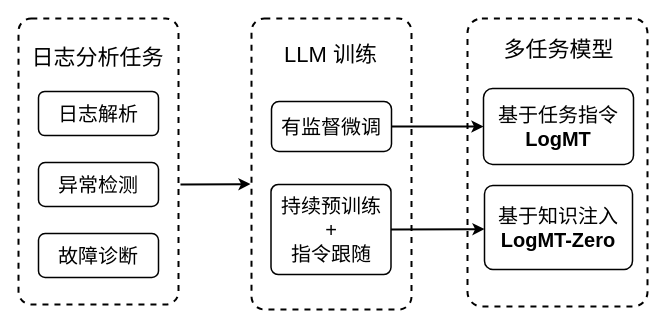
The draw.io diagram Figures/fig2.drawio in J-York/GraduationThesis, before the edit. Source tidied: cells renumbered, new cells numbered last; positions are measured from the earlier drawing's top-left corner, leaving out a move shared by most shapes. Both pictures are drawn from the tidied source at 100%, with x=0, y=0 at pixel (17, 18).
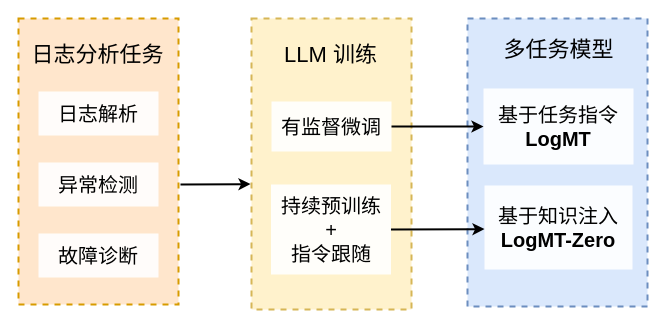
The same diagram, later.

Diff of the diagram source:
```diff
@@
 <mxGraphModel>
   <root>
     <mxCell id="0" />
     <mxCell id="1" parent="0" />
-    <mxCell id="2" style="rounded=1;whiteSpace=wrap;html=1;strokeWidth=2;shadow=0;arcSize=8;fontFamily=Helvetica;labelBorderColor=none;textShadow=0;dashed=1;" parent="1" vertex="1">
+    <mxCell id="2" style="rounded=0;whiteSpace=wrap;html=1;strokeWidth=2;shadow=0;arcSize=8;fontFamily=Helvetica;labelBorderColor=none;textShadow=0;dashed=1;fillColor=#ffe6cc;strokeColor=#d79b00;" parent="1" vertex="1">
       <mxGeometry x="1" width="160" height="286" as="geometry" />
     </mxCell>
     <mxCell id="3" value="&lt;font style=&quot;font-size: 22px;&quot;&gt;日志分析任务&lt;/font&gt;" style="text;html=1;align=center;verticalAlign=middle;whiteSpace=wrap;rounded=0;shadow=0;strokeWidth=2;fontFamily=Helvetica;labelBorderColor=none;textShadow=0;" parent="1" vertex="1">
-      <mxGeometry y="25" width="161" height="30" as="geometry" />
+      <mxGeometry y="22" width="161" height="30" as="geometry" />
     </mxCell>
-    <mxCell id="4" value="&lt;font style=&quot;font-size: 20px;&quot;&gt;&lt;font style=&quot;&quot;&gt;日志解&lt;/font&gt;&lt;font style=&quot;&quot;&gt;析&lt;/font&gt;&lt;/font&gt;" style="rounded=1;whiteSpace=wrap;html=1;strokeWidth=1.5;shadow=0;fontFamily=Helvetica;labelBorderColor=none;textShadow=0;arcSize=14;" parent="1" vertex="1">
+    <mxCell id="4" value="&lt;font style=&quot;font-size: 20px;&quot;&gt;&lt;font style=&quot;&quot;&gt;日志解&lt;/font&gt;&lt;font style=&quot;&quot;&gt;析&lt;/font&gt;&lt;/font&gt;" style="rounded=0;whiteSpace=wrap;html=1;strokeWidth=1.5;shadow=0;fontFamily=Helvetica;labelBorderColor=none;textShadow=0;arcSize=14;strokeColor=none;opacity=90;" parent="1" vertex="1">
       <mxGeometry x="21" y="73" width="120" height="44" as="geometry" />
     </mxCell>
-    <mxCell id="5" value="&lt;font style=&quot;font-size: 20px;&quot;&gt;异常检测&lt;/font&gt;" style="rounded=1;whiteSpace=wrap;html=1;strokeWidth=1.5;shadow=0;fontFamily=Helvetica;labelBorderColor=none;textShadow=0;" parent="1" vertex="1">
+    <mxCell id="5" value="&lt;font style=&quot;font-size: 20px;&quot;&gt;异常检测&lt;/font&gt;" style="rounded=0;whiteSpace=wrap;html=1;strokeWidth=1.5;shadow=0;fontFamily=Helvetica;labelBorderColor=none;textShadow=0;fillColor=default;fillStyle=auto;strokeColor=none;opacity=90;" parent="1" vertex="1">
       <mxGeometry x="21" y="144" width="120" height="44" as="geometry" />
     </mxCell>
-    <mxCell id="6" value="&lt;font style=&quot;font-size: 20px;&quot;&gt;故障诊断&lt;/font&gt;" style="rounded=1;whiteSpace=wrap;html=1;strokeWidth=1.5;shadow=0;fontFamily=Helvetica;labelBorderColor=none;textShadow=0;" parent="1" vertex="1">
+    <mxCell id="6" value="&lt;font style=&quot;font-size: 20px;&quot;&gt;故障诊断&lt;/font&gt;" style="rounded=0;whiteSpace=wrap;html=1;strokeWidth=1.5;shadow=0;fontFamily=Helvetica;labelBorderColor=none;textShadow=0;opacity=90;strokeColor=none;" parent="1" vertex="1">
       <mxGeometry x="21" y="215" width="120" height="44" as="geometry" />
     </mxCell>
-    <mxCell id="7" style="rounded=1;whiteSpace=wrap;html=1;strokeWidth=2;shadow=0;arcSize=8;fontFamily=Helvetica;labelBorderColor=none;textShadow=0;dashed=1;" parent="1" vertex="1">
+    <mxCell id="7" style="rounded=0;whiteSpace=wrap;html=1;strokeWidth=2;shadow=0;arcSize=8;fontFamily=Helvetica;labelBorderColor=none;textShadow=0;dashed=1;fillColor=#fff2cc;strokeColor=#d6b656;" parent="1" vertex="1">
       <mxGeometry x="234" width="160" height="291" as="geometry" />
     </mxCell>
     <mxCell id="8" value="&lt;font style=&quot;font-size: 22px;&quot;&gt;LLM 训练&lt;/font&gt;" style="text;html=1;align=center;verticalAlign=middle;whiteSpace=wrap;rounded=0;shadow=0;strokeWidth=2;fontFamily=Helvetica;labelBorderColor=none;textShadow=0;" parent="1" vertex="1">
       <mxGeometry x="233" y="22" width="161" height="30" as="geometry" />
     </mxCell>
-    <mxCell id="9" style="rounded=1;whiteSpace=wrap;html=1;strokeWidth=2;shadow=0;arcSize=8;fontFamily=Helvetica;labelBorderColor=none;textShadow=0;glass=0;gradientColor=none;dashed=1;" parent="1" vertex="1">
+    <mxCell id="9" style="rounded=0;whiteSpace=wrap;html=1;strokeWidth=2;shadow=0;arcSize=8;fontFamily=Helvetica;labelBorderColor=none;textShadow=0;glass=0;dashed=1;fillColor=#dae8fc;strokeColor=#6c8ebf;" parent="1" vertex="1">
       <mxGeometry x="450" width="180" height="288" as="geometry" />
     </mxCell>
     <mxCell id="10" value="&lt;font style=&quot;font-size: 22px;&quot;&gt;多任务模型&lt;/font&gt;" style="text;html=1;align=center;verticalAlign=middle;whiteSpace=wrap;rounded=0;shadow=0;strokeWidth=2;fontFamily=Helvetica;labelBorderColor=none;textShadow=0;" parent="1" vertex="1">
       <mxGeometry x="460.5" y="17" width="161" height="30" as="geometry" />
     </mxCell>
-    <mxCell id="11" value="&lt;div&gt;&lt;span style=&quot;font-size: 20px;&quot;&gt;基于任务指令&lt;/span&gt;&lt;/div&gt;&lt;div&gt;&lt;b style=&quot;&quot;&gt;&lt;font style=&quot;font-size: 20px;&quot;&gt;LogMT&lt;/font&gt;&lt;/b&gt;&lt;/div&gt;" style="rounded=1;whiteSpace=wrap;html=1;strokeWidth=1.5;shadow=0;fontFamily=Helvetica;labelBorderColor=none;textShadow=0;arcSize=12;" parent="1" vertex="1">
+    <mxCell id="11" value="&lt;div&gt;&lt;span style=&quot;font-size: 20px;&quot;&gt;基于任务指令&lt;/span&gt;&lt;/div&gt;&lt;div&gt;&lt;b style=&quot;&quot;&gt;&lt;font style=&quot;font-size: 20px;&quot;&gt;LogMT&lt;/font&gt;&lt;/b&gt;&lt;/div&gt;" style="rounded=0;whiteSpace=wrap;html=1;strokeWidth=1.5;shadow=0;fontFamily=Helvetica;labelBorderColor=none;textShadow=0;arcSize=12;strokeColor=none;gradientColor=none;opacity=90;fillColor=default;" parent="1" vertex="1">
       <mxGeometry x="466" y="70" width="150" height="76" as="geometry" />
     </mxCell>
-    <mxCell id="12" value="&lt;div&gt;&lt;font style=&quot;font-size: 20px;&quot;&gt;基于知识注入&lt;br&gt;&lt;/font&gt;&lt;div&gt;&lt;div&gt;&lt;b style=&quot;&quot;&gt;&lt;font style=&quot;font-size: 20px;&quot;&gt;LogMT-Zero&lt;/font&gt;&lt;/b&gt;&lt;/div&gt;&lt;/div&gt;&lt;/div&gt;" style="rounded=1;whiteSpace=wrap;html=1;strokeWidth=1.5;shadow=0;fontFamily=Helvetica;labelBorderColor=none;textShadow=0;arcSize=10;" parent="1" vertex="1">
+    <mxCell id="12" value="&lt;div&gt;&lt;font style=&quot;font-size: 20px;&quot;&gt;基于知识注入&lt;br&gt;&lt;/font&gt;&lt;div&gt;&lt;div&gt;&lt;b style=&quot;&quot;&gt;&lt;font style=&quot;font-size: 20px;&quot;&gt;LogMT-Zero&lt;/font&gt;&lt;/b&gt;&lt;/div&gt;&lt;/div&gt;&lt;/div&gt;" style="rounded=0;whiteSpace=wrap;html=1;strokeWidth=1.5;shadow=0;fontFamily=Helvetica;labelBorderColor=none;textShadow=0;arcSize=10;strokeColor=none;fillColor=default;opacity=90;glass=0;" parent="1" vertex="1">
       <mxGeometry x="467" y="167" width="148" height="84" as="geometry" />
     </mxCell>
     <mxCell id="13" style="endArrow=classic;html=1;rounded=0;strokeWidth=2;fontFamily=Helvetica;labelBorderColor=none;textShadow=0;shadow=0;" parent="1" edge="1">
       <mxGeometry relative="1" as="geometry">
         <mxPoint x="163" y="166" as="sourcePoint" />
         <mxPoint x="233" y="165.6" as="targetPoint" />
       </mxGeometry>
     </mxCell>
-    <mxCell id="14" value="&lt;span style=&quot;font-size: 20px;&quot;&gt;有监督微调&lt;/span&gt;" style="rounded=1;whiteSpace=wrap;html=1;strokeWidth=1.5;shadow=0;fontFamily=Helvetica;labelBorderColor=none;textShadow=0;" parent="1" vertex="1">
+    <mxCell id="14" value="&lt;span style=&quot;font-size: 20px;&quot;&gt;有监督微调&lt;/span&gt;" style="rounded=0;whiteSpace=wrap;html=1;strokeWidth=1.5;shadow=0;fontFamily=Helvetica;labelBorderColor=none;textShadow=0;strokeColor=none;opacity=90;" parent="1" vertex="1">
       <mxGeometry x="254" y="83" width="120" height="50" as="geometry" />
     </mxCell>
-    <mxCell id="15" value="&lt;span style=&quot;font-size: 20px;&quot;&gt;持续预训练&lt;br&gt;+&lt;/span&gt;&lt;div&gt;&lt;span style=&quot;font-size: 20px;&quot;&gt;指令跟随&lt;/span&gt;&lt;/div&gt;" style="rounded=1;whiteSpace=wrap;html=1;strokeWidth=1.5;shadow=0;fontFamily=Helvetica;labelBorderColor=none;textShadow=0;arcSize=8;" parent="1" vertex="1">
+    <mxCell id="15" value="&lt;span style=&quot;font-size: 20px;&quot;&gt;持续预训练&lt;br&gt;+&lt;/span&gt;&lt;div&gt;&lt;span style=&quot;font-size: 20px;&quot;&gt;指令跟随&lt;/span&gt;&lt;/div&gt;" style="rounded=0;whiteSpace=wrap;html=1;strokeWidth=1.5;shadow=0;fontFamily=Helvetica;labelBorderColor=none;textShadow=0;arcSize=8;fillColor=default;strokeColor=none;opacity=90;" parent="1" vertex="1">
       <mxGeometry x="253.5" y="166" width="120" height="90" as="geometry" />
     </mxCell>
     <mxCell id="16" style="endArrow=classic;html=1;rounded=0;strokeWidth=2;exitX=1;exitY=0.5;exitDx=0;exitDy=0;entryX=0;entryY=0.5;entryDx=0;entryDy=0;fontFamily=Helvetica;labelBorderColor=none;textShadow=0;shadow=0;" parent="1" edge="1" source="14" target="11">
       <mxGeometry relative="1" as="geometry" />
     </mxCell>
     <mxCell id="17" style="endArrow=classic;html=1;rounded=0;strokeWidth=2;exitX=1;exitY=0.5;exitDx=0;exitDy=0;fontFamily=Helvetica;labelBorderColor=none;textShadow=0;shadow=0;entryX=0;entryY=0.519;entryDx=0;entryDy=0;entryPerimeter=0;" parent="1" edge="1" source="15" target="12">
       <mxGeometry relative="1" as="geometry" />
     </mxCell>
   </root>
 </mxGraphModel>
```
